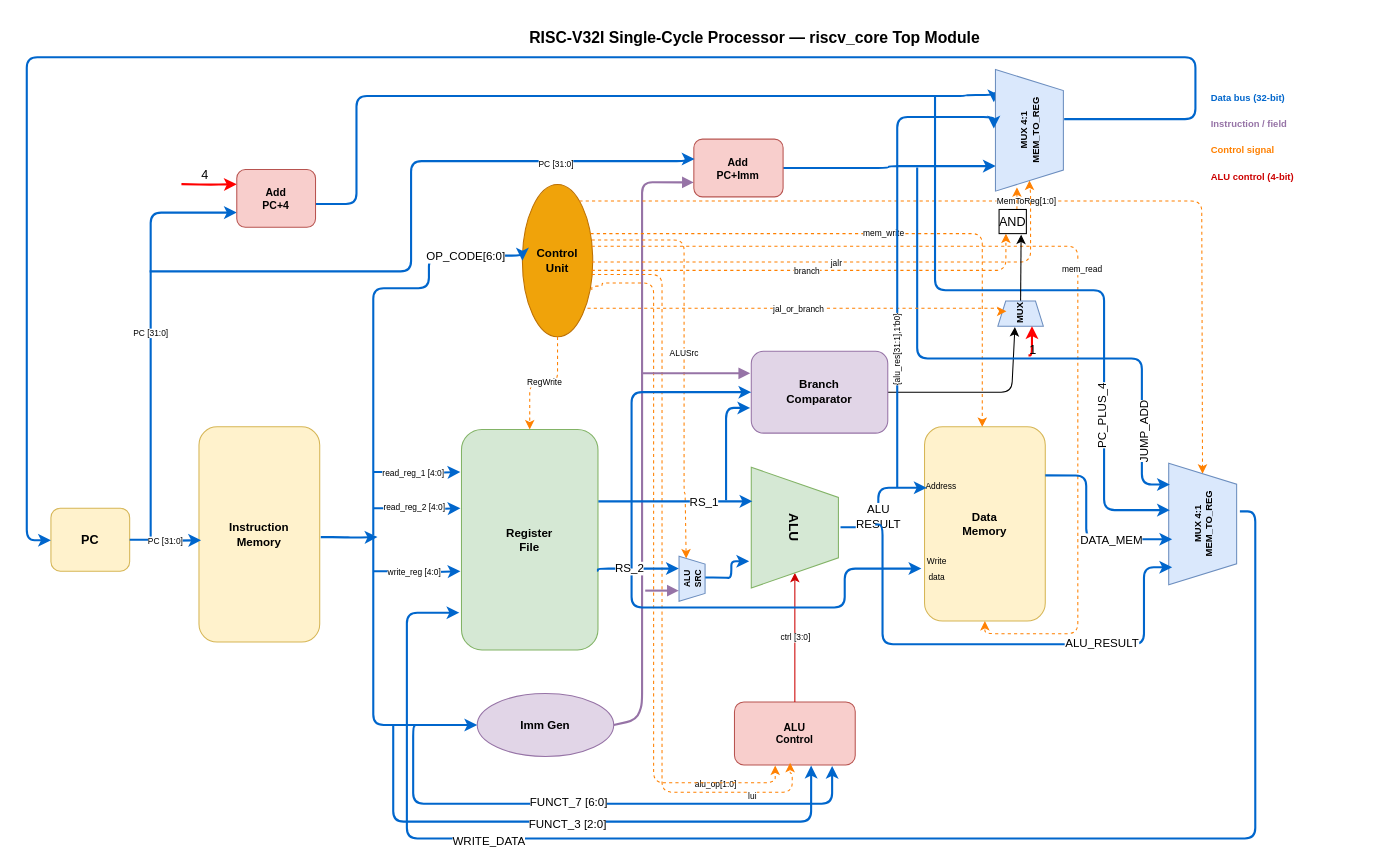
Earlier version of the draw.io diagram riscv_datapath.drawio (IdanWeissberg/RISC-V32I). Source tidied: cells renumbered, new cells numbered last; positions are measured from the earlier drawing's top-left corner, leaving out a move shared by most shapes. Both pictures are drawn from the tidied source at 105%, with x=0, y=0 at pixel (26, 18).
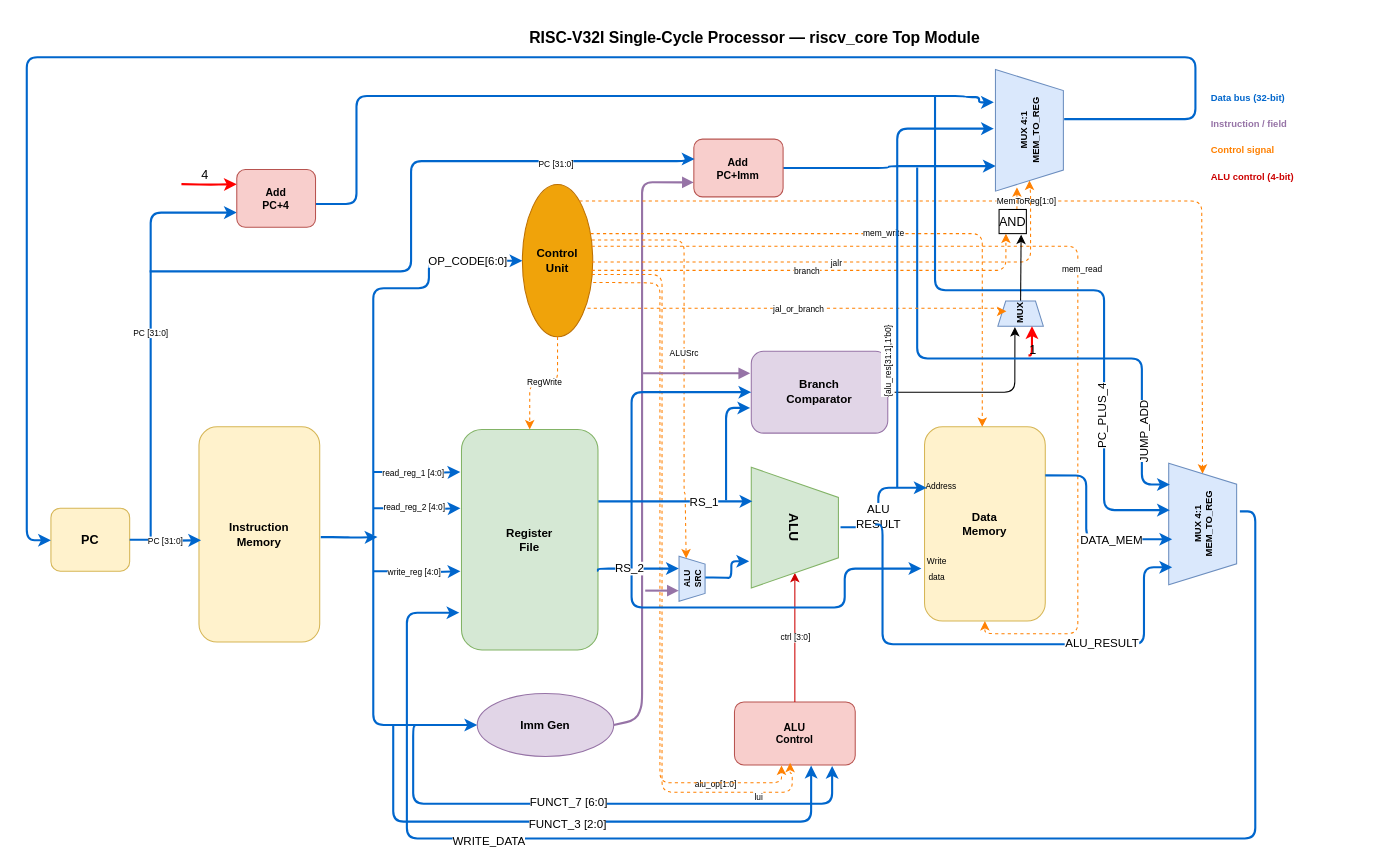
Above is the later version.

The change refers to these unchanged cells:
```xml
<mxCell id="8" value="Control&#10;Unit" style="ellipse;whiteSpace=wrap;html=1;fillColor=#f0a30a;strokeColor=#BD7000;fontColor=#000000;fontStyle=1;fontSize=11;" parent="1" vertex="1">
  <mxGeometry x="472" y="158.3" width="67" height="145" as="geometry" />
</mxCell>
<mxCell id="11" value="Branch&#10;Comparator" style="rounded=1;whiteSpace=wrap;html=1;fillColor=#e1d5e7;strokeColor=#9673a6;fontStyle=1;fontSize=11;" parent="1" vertex="1">
  <mxGeometry x="690" y="317" width="130" height="78" as="geometry" />
</mxCell>
<mxCell id="87" value="MUX" style="shape=trapezoid;perimeter=trapezoidPerimeter;rotation=270;size=0.1729905264718192;whiteSpace=wrap;html=1;fillColor=#dae8fc;strokeColor=#6c8ebf;fontSize=9;fontStyle=1;direction=south;" parent="1" vertex="1">
  <mxGeometry x="934.5" y="259.5" width="24" height="43.3" as="geometry" />
</mxCell>
```

Change to the diagram source:
```diff
@@
     <mxCell id="5" style="edgeStyle=orthogonalEdgeStyle;html=1;strokeColor=#0066CC;strokeWidth=2;fontSize=8;align=center;exitX=1;exitY=0.25;exitDx=0;exitDy=0;" parent="1" edge="1">
       <mxGeometry relative="1" as="geometry">
         <mxPoint x="275" y="176.8" as="sourcePoint" />
         <mxPoint x="921" y="80" as="targetPoint" />
         <Array as="points">
           <mxPoint x="314" y="177" />
           <mxPoint x="314" y="74" />
           <mxPoint x="894" y="74" />
-          <mxPoint x="902" y="73" />
+          <mxPoint x="894" y="75" />
+          <mxPoint x="907" y="75" />
+          <mxPoint x="907" y="80" />
         </Array>
       </mxGeometry>
     </mxCell>
@@
     <mxCell id="10" style="edgeStyle=none;html=1;exitX=1;exitY=0.5;exitDx=0;exitDy=0;entryX=0.375;entryY=1.034;entryDx=0;entryDy=0;entryPerimeter=0;" parent="1" edge="1" source="11" target="87">
       <mxGeometry relative="1" as="geometry">
         <Array as="points">
-          <mxPoint x="938" y="356" />
+          <mxPoint x="941" y="356" />
         </Array>
       </mxGeometry>
     </mxCell>
@@
-    <mxCell id="41" style="edgeStyle=orthogonalEdgeStyle;html=1;strokeColor=#FF8000;strokeWidth=1;dashed=1;fontSize=8;entryX=0.346;entryY=0.993;entryDx=0;entryDy=0;entryPerimeter=0;exitX=0.987;exitY=0.693;exitDx=0;exitDy=0;exitPerimeter=0;" parent="1" edge="1" source="8">
+    <mxCell id="41" style="edgeStyle=orthogonalEdgeStyle;html=1;strokeColor=#FF8000;strokeWidth=1;dashed=1;fontSize=8;entryX=0.346;entryY=0.993;entryDx=0;entryDy=0;entryPerimeter=0;exitX=1.007;exitY=0.643;exitDx=0;exitDy=0;exitPerimeter=0;" parent="1" edge="1" source="8">
       <mxGeometry relative="1" as="geometry">
-        <mxPoint x="712.8" y="711.6" as="targetPoint" />
+        <mxPoint x="718.8" y="711.6" as="targetPoint" />
         <Array as="points">
-          <mxPoint x="548" y="255" />
-          <mxPoint x="548" y="252" />
-          <mxPoint x="597" y="252" />
-          <mxPoint x="597" y="728" />
-          <mxPoint x="713" y="728" />
+          <mxPoint x="544" y="252" />
+          <mxPoint x="603" y="252" />
+          <mxPoint x="603" y="728" />
+          <mxPoint x="719" y="728" />
         </Array>
       </mxGeometry>
     </mxCell>
@@
     <mxCell id="74" style="edgeStyle=orthogonalEdgeStyle;html=1;strokeColor=#0066CC;strokeWidth=2;entryX=0;entryY=0.5;entryDx=0;entryDy=0;" parent="1" edge="1" target="8">
       <mxGeometry relative="1" as="geometry">
         <mxPoint x="330" y="492" as="sourcePoint" />
         <Array as="points">
           <mxPoint x="330" y="257" />
           <mxPoint x="383" y="257" />
-          <mxPoint x="383" y="226" />
+          <mxPoint x="383" y="231" />
         </Array>
       </mxGeometry>
     </mxCell>
     <mxCell id="75" value="OP_CODE[6:0]" style="edgeLabel;html=1;align=center;verticalAlign=middle;" parent="74" vertex="1">
-      <mxGeometry x="0.71" relative="1" as="geometry" />
+      <mxGeometry x="0.71" relative="1" as="geometry">
+        <mxPoint x="6" as="offset" />
+      </mxGeometry>
     </mxCell>
@@
     <mxCell id="95" style="edgeStyle=orthogonalEdgeStyle;html=1;strokeColor=#0066CC;strokeWidth=2;" parent="1" edge="1">
       <mxGeometry relative="1" as="geometry">
         <mxPoint x="829" y="447" as="sourcePoint" />
         <mxPoint x="921" y="105" as="targetPoint" />
         <Array as="points">
-          <mxPoint x="829" y="94" />
-          <mxPoint x="921" y="94" />
+          <mxPoint x="829" y="105" />
         </Array>
       </mxGeometry>
     </mxCell>
```
